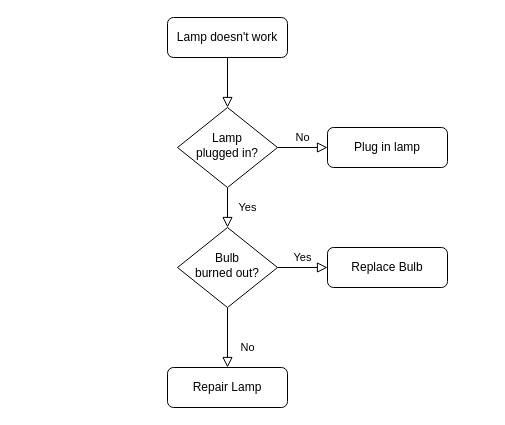
Earlier version of the draw.io diagram Untitled Diagram.drawio (BenjaminFerrandez/ProjetRed). Source tidied: cells renumbered, new cells numbered last; positions are measured from the earlier drawing's top-left corner, leaving out a move shared by most shapes. Both pictures are drawn from the tidied source at 100%, with x=0, y=0 at pixel (167, 17).
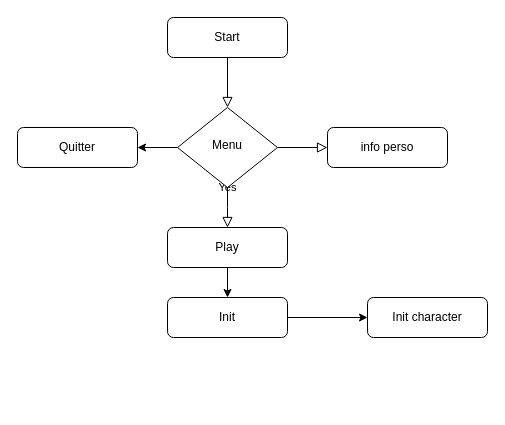
The same diagram, later.

The edit, as a diff of the source:
```diff
@@
 <mxGraphModel>
   <root>
     <mxCell id="0" />
     <mxCell id="1" parent="0" />
     <mxCell id="2" style="rounded=0;html=1;jettySize=auto;fontSize=11;endArrow=block;endFill=0;endSize=8;strokeWidth=1;shadow=0;labelBackgroundColor=none;edgeStyle=orthogonalEdgeStyle;" parent="1" edge="1" source="3" target="6">
       <mxGeometry relative="1" as="geometry" />
     </mxCell>
-    <mxCell id="3" value="Lamp doesn't work" style="rounded=1;whiteSpace=wrap;html=1;fontSize=12;glass=0;strokeWidth=1;shadow=0;" parent="1" vertex="1">
+    <mxCell id="3" value="Start" style="rounded=1;whiteSpace=wrap;html=1;fontSize=12;glass=0;strokeWidth=1;shadow=0;" parent="1" vertex="1">
       <mxGeometry width="120" height="40" as="geometry" />
     </mxCell>
-    <mxCell id="4" value="Yes" style="rounded=0;html=1;jettySize=auto;fontSize=11;endArrow=block;endFill=0;endSize=8;strokeWidth=1;shadow=0;labelBackgroundColor=none;edgeStyle=orthogonalEdgeStyle;" parent="1" edge="1" source="6" target="10">
-      <mxGeometry y="20" relative="1" as="geometry" />
+    <mxCell id="4" value="Yes" style="rounded=0;html=1;jettySize=auto;fontSize=11;endArrow=block;endFill=0;endSize=8;strokeWidth=1;shadow=0;labelBackgroundColor=none;edgeStyle=orthogonalEdgeStyle;" parent="1" edge="1" source="6">
+      <mxGeometry y="20" relative="1" as="geometry">
+        <mxPoint x="60" y="210" as="targetPoint" />
+      </mxGeometry>
     </mxCell>
-    <mxCell id="5" value="No" style="edgeStyle=orthogonalEdgeStyle;rounded=0;html=1;jettySize=auto;fontSize=11;endArrow=block;endFill=0;endSize=8;strokeWidth=1;shadow=0;labelBackgroundColor=none;" parent="1" edge="1" source="6" target="7">
+    <mxCell id="5" style="edgeStyle=orthogonalEdgeStyle;rounded=0;html=1;jettySize=auto;fontSize=11;endArrow=block;endFill=0;endSize=8;strokeWidth=1;shadow=0;labelBackgroundColor=none;" parent="1" edge="1" source="6" target="7">
       <mxGeometry y="10" relative="1" as="geometry" />
     </mxCell>
+    <mxCell id="13" style="edgeStyle=orthogonalEdgeStyle;rounded=0;jettySize=auto;html=1;exitX=0;exitY=0.5;exitDx=0;exitDy=0;" parent="1" edge="1" source="6" target="14">
+      <mxGeometry relative="1" as="geometry" />
+    </mxCell>
-    <mxCell id="6" value="Lamp&lt;br&gt;plugged in?" style="rhombus;whiteSpace=wrap;html=1;shadow=0;fontFamily=Helvetica;fontSize=12;align=center;strokeWidth=1;spacing=6;spacingTop=-4;" parent="1" vertex="1">
+    <mxCell id="6" value="Menu" style="rhombus;whiteSpace=wrap;html=1;shadow=0;fontFamily=Helvetica;fontSize=12;align=center;strokeWidth=1;spacing=6;spacingTop=-4;" parent="1" vertex="1">
       <mxGeometry x="10" y="90" width="100" height="80" as="geometry" />
     </mxCell>
-    <mxCell id="7" value="Plug in lamp" style="rounded=1;whiteSpace=wrap;html=1;fontSize=12;glass=0;strokeWidth=1;shadow=0;" parent="1" vertex="1">
+    <mxCell id="7" value="info perso" style="rounded=1;whiteSpace=wrap;html=1;fontSize=12;glass=0;strokeWidth=1;shadow=0;" parent="1" vertex="1">
       <mxGeometry x="160" y="110" width="120" height="40" as="geometry" />
     </mxCell>
-    <mxCell id="8" value="No" style="rounded=0;html=1;jettySize=auto;fontSize=11;endArrow=block;endFill=0;endSize=8;strokeWidth=1;shadow=0;labelBackgroundColor=none;edgeStyle=orthogonalEdgeStyle;" parent="1" edge="1" source="10" target="11">
-      <mxGeometry x="0.33" y="20" relative="1" as="geometry" />
-    </mxCell>
-    <mxCell id="9" value="Yes" style="edgeStyle=orthogonalEdgeStyle;rounded=0;html=1;jettySize=auto;fontSize=11;endArrow=block;endFill=0;endSize=8;strokeWidth=1;shadow=0;labelBackgroundColor=none;" parent="1" edge="1" source="10" target="12">
-      <mxGeometry y="10" relative="1" as="geometry" />
-    </mxCell>
-    <mxCell id="10" value="Bulb&lt;br&gt;burned out?" style="rhombus;whiteSpace=wrap;html=1;shadow=0;fontFamily=Helvetica;fontSize=12;align=center;strokeWidth=1;spacing=6;spacingTop=-4;" parent="1" vertex="1">
-      <mxGeometry x="10" y="210" width="100" height="80" as="geometry" />
-    </mxCell>
-    <mxCell id="11" value="Repair Lamp" style="rounded=1;whiteSpace=wrap;html=1;fontSize=12;glass=0;strokeWidth=1;shadow=0;" parent="1" vertex="1">
-      <mxGeometry y="350" width="120" height="40" as="geometry" />
-    </mxCell>
-    <mxCell id="12" value="Replace Bulb" style="rounded=1;whiteSpace=wrap;html=1;fontSize=12;glass=0;strokeWidth=1;shadow=0;" parent="1" vertex="1">
-      <mxGeometry x="160" y="230" width="120" height="40" as="geometry" />
-    </mxCell>
+    <mxCell id="14" value="Quitter" style="rounded=1;whiteSpace=wrap;html=1;fontSize=12;glass=0;strokeWidth=1;shadow=0;" parent="1" vertex="1">
+      <mxGeometry x="-150" y="110" width="120" height="40" as="geometry" />
+    </mxCell>
+    <mxCell id="15" style="edgeStyle=orthogonalEdgeStyle;rounded=0;jettySize=auto;html=1;exitX=0.5;exitY=1;exitDx=0;exitDy=0;" parent="1" edge="1" source="16">
+      <mxGeometry relative="1" as="geometry">
+        <mxPoint x="60" y="280" as="targetPoint" />
+      </mxGeometry>
+    </mxCell>
+    <mxCell id="16" value="Play" style="rounded=1;whiteSpace=wrap;html=1;fontSize=12;glass=0;strokeWidth=1;shadow=0;" parent="1" vertex="1">
+      <mxGeometry y="210" width="120" height="40" as="geometry" />
+    </mxCell>
+    <mxCell id="17" style="edgeStyle=orthogonalEdgeStyle;rounded=0;jettySize=auto;html=1;exitX=1;exitY=0.5;exitDx=0;exitDy=0;entryX=0;entryY=0.5;entryDx=0;entryDy=0;" parent="1" edge="1" source="18" target="19">
+      <mxGeometry relative="1" as="geometry" />
+    </mxCell>
+    <mxCell id="18" value="Init" style="rounded=1;whiteSpace=wrap;html=1;fontSize=12;glass=0;strokeWidth=1;shadow=0;" parent="1" vertex="1">
+      <mxGeometry y="280" width="120" height="40" as="geometry" />
+    </mxCell>
+    <mxCell id="19" value="Init character" style="rounded=1;whiteSpace=wrap;html=1;fontSize=12;glass=0;strokeWidth=1;shadow=0;" parent="1" vertex="1">
+      <mxGeometry x="200" y="280" width="120" height="40" as="geometry" />
+    </mxCell>
   </root>
 </mxGraphModel>
```
